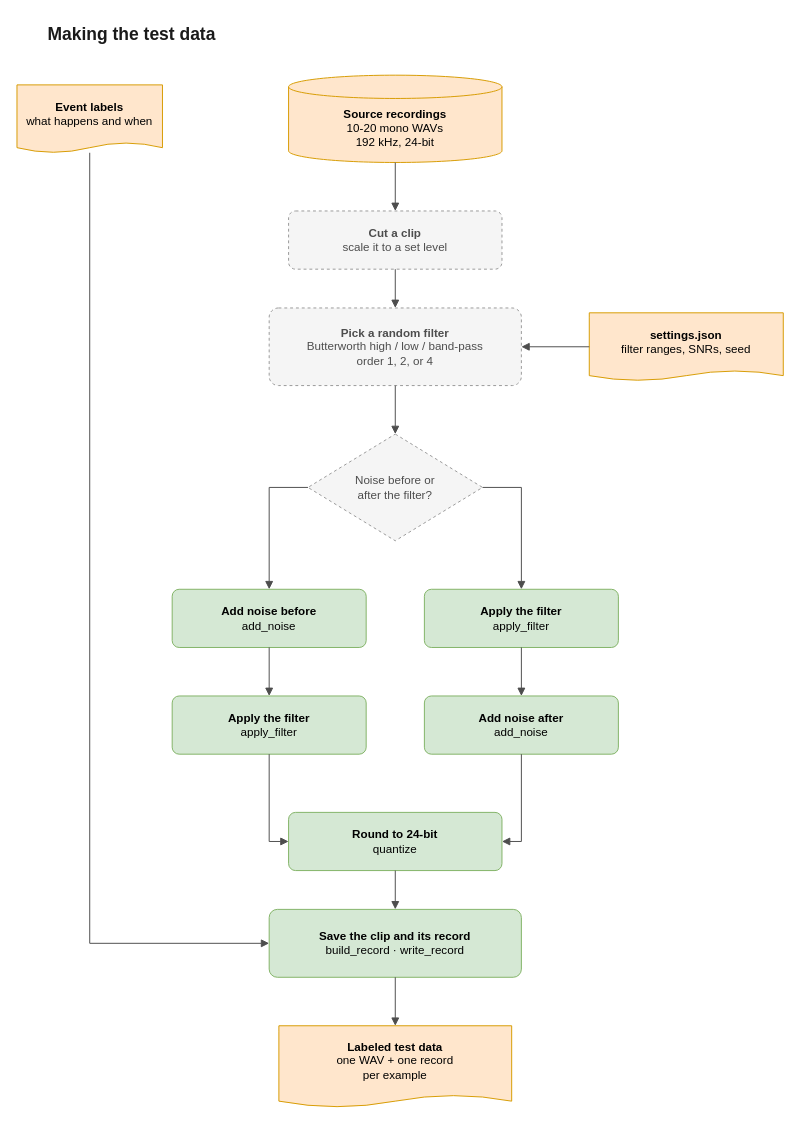
This is page "3 · Making the test data" (3 of 8) of docs/project-map/project-map.drawio from Dialovos/fpga-audio-source-classifier, a draw.io file, before an edit. Source tidied: cells renumbered, new cells numbered last; positions are measured from the earlier drawing's top-left corner, leaving out a move shared by most shapes. Both pictures are drawn from the tidied source at 97%, with x=0, y=0 at pixel (16, 16).
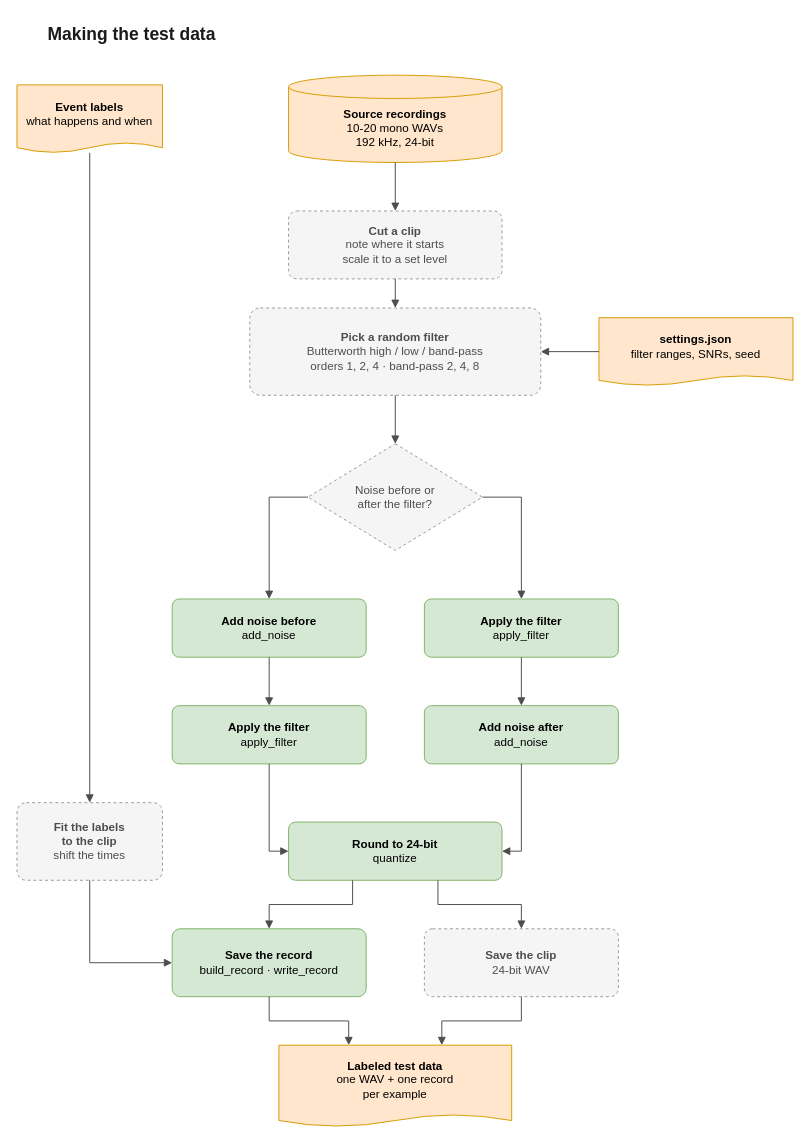
The same page after the edit.

The change refers to these unchanged cells:
```xml
<mxCell id="3" value="&lt;b&gt;Event labels&lt;/b&gt;&lt;br&gt;what happens and when" style="shape=document;size=0.15;boundedLbl=1;whiteSpace=wrap;html=1;fontSize=12;fillColor=#ffe6cc;strokeColor=#d79b00;" parent="1" vertex="1">
  <mxGeometry y="70" width="150" height="70" as="geometry" />
</mxCell>
<mxCell id="4" value="&lt;b&gt;Source recordings&lt;/b&gt;&lt;br&gt;10-20 mono WAVs&lt;br&gt;192 kHz, 24-bit" style="shape=cylinder3;size=12;boundedLbl=1;backgroundOutline=1;whiteSpace=wrap;html=1;fontSize=12;fillColor=#ffe6cc;strokeColor=#d79b00;" parent="1" vertex="1">
  <mxGeometry x="280" y="60" width="220" height="90" as="geometry" />
</mxCell>
```

Diff of the diagram source:
```diff
@@
-    <mxCell id="5" value="&lt;b&gt;Cut a clip&lt;/b&gt;&lt;br&gt;scale it to a set level" style="rounded=1;arcSize=12;whiteSpace=wrap;html=1;fontSize=12;fillColor=#f5f5f5;strokeColor=#999999;dashed=1;fontColor=#4d4d4d;" parent="1" vertex="1">
-      <mxGeometry x="280" y="200" width="220" height="60" as="geometry" />
+    <mxCell id="5" value="&lt;b&gt;Cut a clip&lt;/b&gt;&lt;br&gt;note where it starts&lt;br&gt;scale it to a set level" style="rounded=1;arcSize=12;whiteSpace=wrap;html=1;fontSize=12;fillColor=#f5f5f5;strokeColor=#999999;dashed=1;fontColor=#4d4d4d;" parent="1" vertex="1">
+      <mxGeometry x="280" y="200" width="220" height="70" as="geometry" />
     </mxCell>
     <mxCell id="6" value="&lt;b&gt;settings.json&lt;/b&gt;&lt;br&gt;filter ranges, SNRs, seed" style="shape=document;size=0.15;boundedLbl=1;whiteSpace=wrap;html=1;fontSize=12;fillColor=#ffe6cc;strokeColor=#d79b00;" parent="1" vertex="1">
-      <mxGeometry x="590" y="305" width="200" height="70" as="geometry" />
+      <mxGeometry x="600" y="310" width="200" height="70" as="geometry" />
     </mxCell>
-    <mxCell id="7" value="&lt;b&gt;Pick a random filter&lt;/b&gt;&lt;br&gt;Butterworth high / low / band-pass&lt;br&gt;order 1, 2, or 4" style="rounded=1;arcSize=12;whiteSpace=wrap;html=1;fontSize=12;fillColor=#f5f5f5;strokeColor=#999999;dashed=1;fontColor=#4d4d4d;" parent="1" vertex="1">
-      <mxGeometry x="260" y="300" width="260" height="80" as="geometry" />
+    <mxCell id="7" value="&lt;b&gt;Pick a random filter&lt;/b&gt;&lt;br&gt;Butterworth high / low / band-pass&lt;br&gt;orders 1, 2, 4  ·  band-pass 2, 4, 8" style="rounded=1;arcSize=12;whiteSpace=wrap;html=1;fontSize=12;fillColor=#f5f5f5;strokeColor=#999999;dashed=1;fontColor=#4d4d4d;" parent="1" vertex="1">
+      <mxGeometry x="240" y="300" width="300" height="90" as="geometry" />
     </mxCell>
     <mxCell id="8" value="Noise before or&lt;br&gt;after the filter?" style="rhombus;whiteSpace=wrap;html=1;fontSize=12;fillColor=#f5f5f5;strokeColor=#999999;dashed=1;fontColor=#4d4d4d;" parent="1" vertex="1">
-      <mxGeometry x="300" y="430" width="180" height="110" as="geometry" />
+      <mxGeometry x="300" y="440" width="180" height="110" as="geometry" />
     </mxCell>
     <mxCell id="9" value="&lt;b&gt;Add noise before&lt;/b&gt;&lt;br&gt;add_noise" style="rounded=1;arcSize=12;whiteSpace=wrap;html=1;fontSize=12;fillColor=#d5e8d4;strokeColor=#82b366;" parent="1" vertex="1">
-      <mxGeometry x="160" y="590" width="200" height="60" as="geometry" />
+      <mxGeometry x="160" y="600" width="200" height="60" as="geometry" />
     </mxCell>
     <mxCell id="10" value="&lt;b&gt;Apply the filter&lt;/b&gt;&lt;br&gt;apply_filter" style="rounded=1;arcSize=12;whiteSpace=wrap;html=1;fontSize=12;fillColor=#d5e8d4;strokeColor=#82b366;" parent="1" vertex="1">
-      <mxGeometry x="420" y="590" width="200" height="60" as="geometry" />
+      <mxGeometry x="420" y="600" width="200" height="60" as="geometry" />
     </mxCell>
     <mxCell id="11" value="&lt;b&gt;Apply the filter&lt;/b&gt;&lt;br&gt;apply_filter" style="rounded=1;arcSize=12;whiteSpace=wrap;html=1;fontSize=12;fillColor=#d5e8d4;strokeColor=#82b366;" parent="1" vertex="1">
-      <mxGeometry x="160" y="700" width="200" height="60" as="geometry" />
+      <mxGeometry x="160" y="710" width="200" height="60" as="geometry" />
     </mxCell>
     <mxCell id="12" value="&lt;b&gt;Add noise after&lt;/b&gt;&lt;br&gt;add_noise" style="rounded=1;arcSize=12;whiteSpace=wrap;html=1;fontSize=12;fillColor=#d5e8d4;strokeColor=#82b366;" parent="1" vertex="1">
-      <mxGeometry x="420" y="700" width="200" height="60" as="geometry" />
+      <mxGeometry x="420" y="710" width="200" height="60" as="geometry" />
     </mxCell>
     <mxCell id="13" value="&lt;b&gt;Round to 24-bit&lt;/b&gt;&lt;br&gt;quantize" style="rounded=1;arcSize=12;whiteSpace=wrap;html=1;fontSize=12;fillColor=#d5e8d4;strokeColor=#82b366;" parent="1" vertex="1">
-      <mxGeometry x="280" y="820" width="220" height="60" as="geometry" />
+      <mxGeometry x="280" y="830" width="220" height="60" as="geometry" />
     </mxCell>
-    <mxCell id="14" value="&lt;b&gt;Save the clip and its record&lt;/b&gt;&lt;br&gt;build_record  ·  write_record" style="rounded=1;arcSize=12;whiteSpace=wrap;html=1;fontSize=12;fillColor=#d5e8d4;strokeColor=#82b366;" parent="1" vertex="1">
-      <mxGeometry x="260" y="920" width="260" height="70" as="geometry" />
-    </mxCell>
+    <mxCell id="29" value="&lt;b&gt;Fit the labels&lt;br&gt;to the clip&lt;/b&gt;&lt;br&gt;shift the times" style="rounded=1;arcSize=12;whiteSpace=wrap;html=1;fontSize=12;fillColor=#f5f5f5;strokeColor=#999999;dashed=1;fontColor=#4d4d4d;" parent="1" vertex="1">
+      <mxGeometry y="810" width="150" height="80" as="geometry" />
+    </mxCell>
+    <mxCell id="30" value="&lt;b&gt;Save the record&lt;/b&gt;&lt;br&gt;build_record  ·  write_record" style="rounded=1;arcSize=12;whiteSpace=wrap;html=1;fontSize=12;fillColor=#d5e8d4;strokeColor=#82b366;" parent="1" vertex="1">
+      <mxGeometry x="160" y="940" width="200" height="70" as="geometry" />
+    </mxCell>
+    <mxCell id="31" value="&lt;b&gt;Save the clip&lt;/b&gt;&lt;br&gt;24-bit WAV" style="rounded=1;arcSize=12;whiteSpace=wrap;html=1;fontSize=12;fillColor=#f5f5f5;strokeColor=#999999;dashed=1;fontColor=#4d4d4d;" parent="1" vertex="1">
+      <mxGeometry x="420" y="940" width="200" height="70" as="geometry" />
+    </mxCell>
     <mxCell id="15" value="&lt;b&gt;Labeled test data&lt;/b&gt;&lt;br&gt;one WAV + one record&lt;br&gt;per example" style="shape=document;size=0.15;boundedLbl=1;whiteSpace=wrap;html=1;fontSize=12;fillColor=#ffe6cc;strokeColor=#d79b00;" parent="1" vertex="1">
-      <mxGeometry x="270" y="1040" width="240" height="84" as="geometry" />
+      <mxGeometry x="270" y="1060" width="240" height="84" as="geometry" />
     </mxCell>
-    <mxCell id="16" style="edgeStyle=orthogonalEdgeStyle;rounded=0;jettySize=auto;html=1;strokeColor=#4d4d4d;fontSize=11;labelBackgroundColor=none;fontStyle=1;endArrow=block;endFill=1;exitX=0.5;exitY=1;exitDx=0;exitDy=0;entryX=0.5;entryY=0;entryDx=0;entryDy=0;" parent="1" edge="1" source="4" target="5">
-      <mxGeometry relative="1" as="geometry" />
-    </mxCell>
-    <mxCell id="17" style="edgeStyle=orthogonalEdgeStyle;rounded=0;jettySize=auto;html=1;strokeColor=#4d4d4d;fontSize=11;labelBackgroundColor=none;fontStyle=1;endArrow=block;endFill=1;exitX=0.5;exitY=1;exitDx=0;exitDy=0;entryX=0.5;entryY=0;entryDx=0;entryDy=0;" parent="1" edge="1" source="5" target="7">
-      <mxGeometry relative="1" as="geometry" />
-    </mxCell>
-    <mxCell id="18" style="edgeStyle=orthogonalEdgeStyle;rounded=0;jettySize=auto;html=1;strokeColor=#4d4d4d;fontSize=11;labelBackgroundColor=none;fontStyle=1;endArrow=block;endFill=1;exitX=0;exitY=0.5;exitDx=0;exitDy=0;entryX=1;entryY=0.5;entryDx=0;entryDy=0;" parent="1" edge="1" source="6" target="7">
-      <mxGeometry relative="1" as="geometry" />
-    </mxCell>
+    <mxCell id="32" style="edgeStyle=orthogonalEdgeStyle;rounded=0;jettySize=auto;html=1;strokeColor=#4d4d4d;fontSize=11;labelBackgroundColor=none;fontStyle=1;endArrow=block;endFill=1;exitX=0.5;exitY=1;exitDx=0;exitDy=0;entryX=0.5;entryY=0;entryDx=0;entryDy=0;" parent="1" edge="1" source="4" target="5">
+      <mxGeometry relative="1" as="geometry" />
+    </mxCell>
+    <mxCell id="33" style="edgeStyle=orthogonalEdgeStyle;rounded=0;jettySize=auto;html=1;strokeColor=#4d4d4d;fontSize=11;labelBackgroundColor=none;fontStyle=1;endArrow=block;endFill=1;exitX=0.5;exitY=1;exitDx=0;exitDy=0;entryX=0.5;entryY=0;entryDx=0;entryDy=0;" parent="1" edge="1" source="5" target="7">
+      <mxGeometry relative="1" as="geometry" />
+    </mxCell>
+    <mxCell id="34" style="edgeStyle=orthogonalEdgeStyle;rounded=0;jettySize=auto;html=1;strokeColor=#4d4d4d;fontSize=11;labelBackgroundColor=none;fontStyle=1;endArrow=block;endFill=1;exitX=0;exitY=0.5;exitDx=0;exitDy=0;entryX=1;entryY=0.5;entryDx=0;entryDy=0;" parent="1" edge="1" source="6" target="7">
+      <mxGeometry relative="1" as="geometry" />
+    </mxCell>
@@
-    <mxCell id="26" style="edgeStyle=orthogonalEdgeStyle;rounded=0;jettySize=auto;html=1;strokeColor=#4d4d4d;fontSize=11;labelBackgroundColor=none;fontStyle=1;endArrow=block;endFill=1;exitX=0.5;exitY=1;exitDx=0;exitDy=0;entryX=0.5;entryY=0;entryDx=0;entryDy=0;" parent="1" edge="1" source="13" target="14">
-      <mxGeometry relative="1" as="geometry" />
-    </mxCell>
-    <mxCell id="27" style="edgeStyle=orthogonalEdgeStyle;rounded=0;jettySize=auto;html=1;strokeColor=#4d4d4d;fontSize=11;labelBackgroundColor=none;fontStyle=1;endArrow=block;endFill=1;exitX=0.5;exitY=1;exitDx=0;exitDy=0;entryX=0.5;entryY=0;entryDx=0;entryDy=0;" parent="1" edge="1" source="14" target="15">
-      <mxGeometry relative="1" as="geometry" />
-    </mxCell>
-    <mxCell id="28" style="edgeStyle=orthogonalEdgeStyle;rounded=0;jettySize=auto;html=1;strokeColor=#4d4d4d;fontSize=11;labelBackgroundColor=none;fontStyle=1;endArrow=block;endFill=1;exitX=0.5;exitY=1;exitDx=0;exitDy=0;entryX=0;entryY=0.5;entryDx=0;entryDy=0;" parent="1" edge="1" source="3" target="14">
-      <mxGeometry relative="1" as="geometry" />
-    </mxCell>
+    <mxCell id="35" style="edgeStyle=orthogonalEdgeStyle;rounded=0;jettySize=auto;html=1;strokeColor=#4d4d4d;fontSize=11;labelBackgroundColor=none;fontStyle=1;endArrow=block;endFill=1;exitX=0.3;exitY=1;exitDx=0;exitDy=0;entryX=0.5;entryY=0;entryDx=0;entryDy=0;" parent="1" edge="1" source="13" target="30">
+      <mxGeometry relative="1" as="geometry" />
+    </mxCell>
+    <mxCell id="36" style="edgeStyle=orthogonalEdgeStyle;rounded=0;jettySize=auto;html=1;strokeColor=#4d4d4d;fontSize=11;labelBackgroundColor=none;fontStyle=1;endArrow=block;endFill=1;exitX=0.7;exitY=1;exitDx=0;exitDy=0;entryX=0.5;entryY=0;entryDx=0;entryDy=0;" parent="1" edge="1" source="13" target="31">
+      <mxGeometry relative="1" as="geometry" />
+    </mxCell>
+    <mxCell id="37" style="edgeStyle=orthogonalEdgeStyle;rounded=0;jettySize=auto;html=1;strokeColor=#4d4d4d;fontSize=11;labelBackgroundColor=none;fontStyle=1;endArrow=block;endFill=1;exitX=0.5;exitY=1;exitDx=0;exitDy=0;entryX=0.5;entryY=0;entryDx=0;entryDy=0;" parent="1" edge="1" source="3" target="29">
+      <mxGeometry relative="1" as="geometry" />
+    </mxCell>
+    <mxCell id="16" style="edgeStyle=orthogonalEdgeStyle;rounded=0;jettySize=auto;html=1;strokeColor=#4d4d4d;fontSize=11;labelBackgroundColor=none;fontStyle=1;endArrow=block;endFill=1;exitX=0.5;exitY=1;exitDx=0;exitDy=0;entryX=0;entryY=0.5;entryDx=0;entryDy=0;" parent="1" edge="1" source="29" target="30">
+      <mxGeometry relative="1" as="geometry" />
+    </mxCell>
+    <mxCell id="17" style="edgeStyle=orthogonalEdgeStyle;rounded=0;jettySize=auto;html=1;strokeColor=#4d4d4d;fontSize=11;labelBackgroundColor=none;fontStyle=1;endArrow=block;endFill=1;exitX=0.5;exitY=1;exitDx=0;exitDy=0;entryX=0.3;entryY=0;entryDx=0;entryDy=0;" parent="1" edge="1" source="30" target="15">
+      <mxGeometry relative="1" as="geometry" />
+    </mxCell>
+    <mxCell id="18" style="edgeStyle=orthogonalEdgeStyle;rounded=0;jettySize=auto;html=1;strokeColor=#4d4d4d;fontSize=11;labelBackgroundColor=none;fontStyle=1;endArrow=block;endFill=1;exitX=0.5;exitY=1;exitDx=0;exitDy=0;entryX=0.7;entryY=0;entryDx=0;entryDy=0;" parent="1" edge="1" source="31" target="15">
+      <mxGeometry relative="1" as="geometry" />
+    </mxCell>
```
